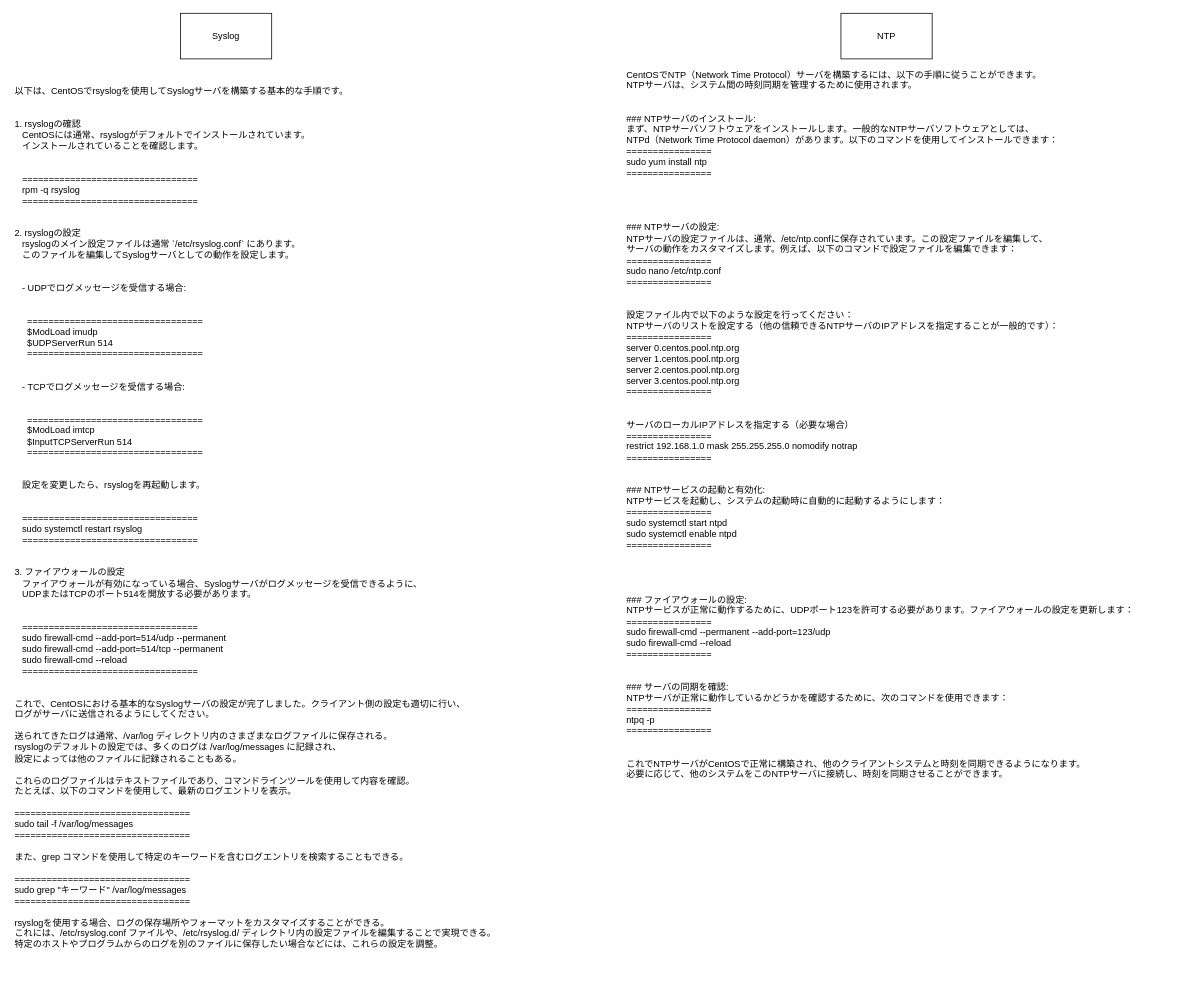
Before: page "CentoOS" (1 of 3) of memo.drawio in kyforprogram/ccna, a draw.io diagram. Source tidied: cells renumbered, new cells numbered last; positions are measured from the earlier drawing's top-left corner, leaving out a move shared by most shapes. Both pictures are drawn from the tidied source at 76%, with x=0, y=0 at pixel (13, 13).
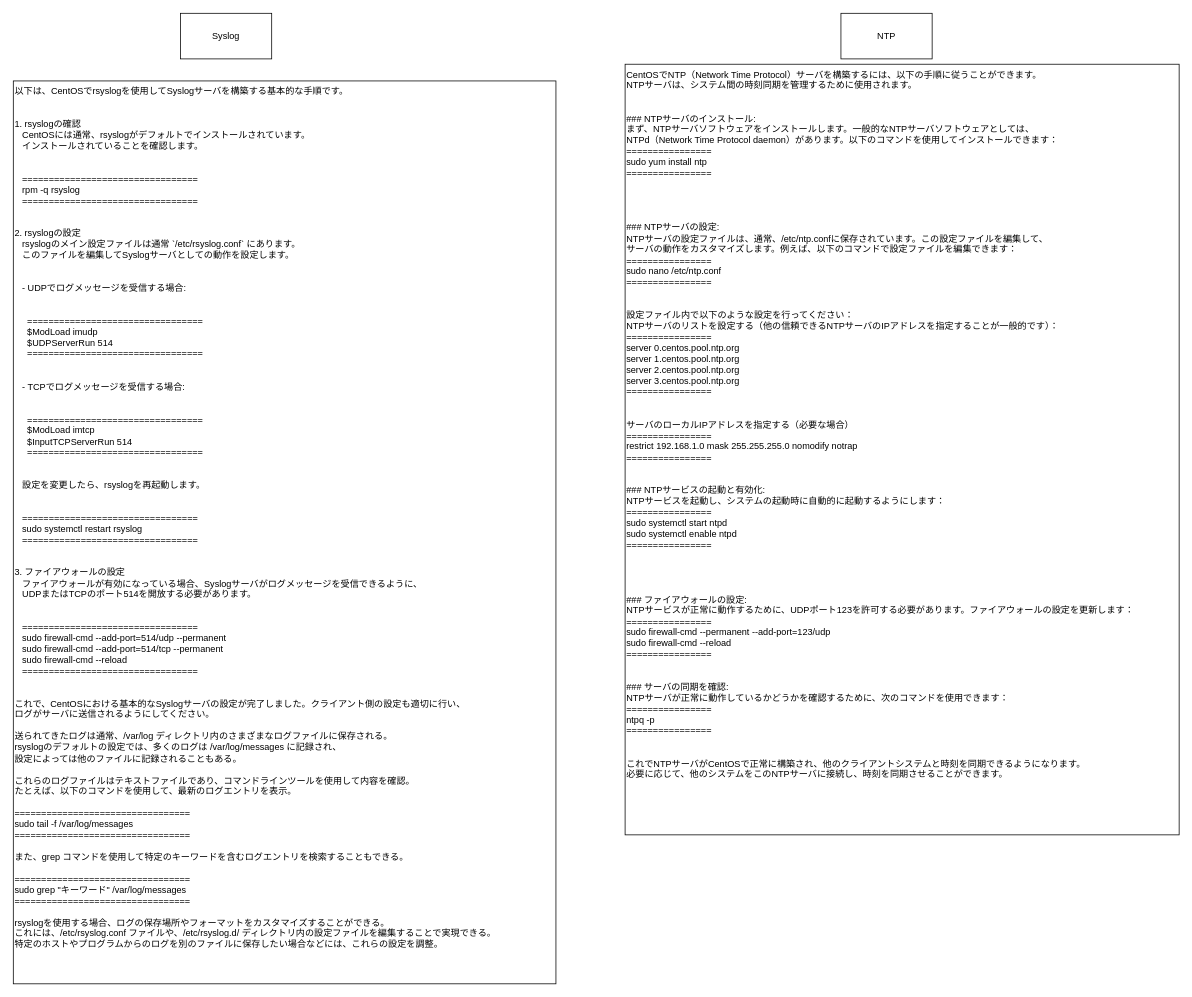
The same page after the edit.

Change to the diagram source:
```diff
@@
 <mxGraphModel>
   <root>
     <mxCell id="0" />
     <mxCell id="1" parent="0" />
-    <mxCell id="2" value="CentOSでNTP（Network Time Protocol）サーバを構築するには、以下の手順に従うことができます。&#10;NTPサーバは、システム間の時刻同期を管理するために使用されます。&#10;&#10;&#10;### NTPサーバのインストール:&#10;まず、NTPサーバソフトウェアをインストールします。一般的なNTPサーバソフトウェアとしては、&#10;NTPd（Network Time Protocol daemon）があります。以下のコマンドを使用してインストールできます：&#10;================&#10;sudo yum install ntp&#10;================&#10;&#10;&#10;&#10;&#10;### NTPサーバの設定:&#10;NTPサーバの設定ファイルは、通常、/etc/ntp.confに保存されています。この設定ファイルを編集して、&#10;サーバの動作をカスタマイズします。例えば、以下のコマンドで設定ファイルを編集できます：&#10;================&#10;sudo nano /etc/ntp.conf&#10;================&#10;&#10;&#10;設定ファイル内で以下のような設定を行ってください：&#10;NTPサーバのリストを設定する（他の信頼できるNTPサーバのIPアドレスを指定することが一般的です）：&#10;================&#10;server 0.centos.pool.ntp.org&#10;server 1.centos.pool.ntp.org&#10;server 2.centos.pool.ntp.org&#10;server 3.centos.pool.ntp.org&#10;================&#10;&#10;&#10;サーバのローカルIPアドレスを指定する（必要な場合）&#10;================&#10;restrict 192.168.1.0 mask 255.255.255.0 nomodify notrap&#10;================&#10;&#10;&#10;### NTPサービスの起動と有効化:&#10;NTPサービスを起動し、システムの起動時に自動的に起動するようにします：&#10;================&#10;sudo systemctl start ntpd&#10;sudo systemctl enable ntpd&#10;================&#10;&#10;&#10;&#10;&#10;### ファイアウォールの設定:&#10;NTPサービスが正常に動作するために、UDPポート123を許可する必要があります。ファイアウォールの設定を更新します：&#10;================&#10;sudo firewall-cmd --permanent --add-port=123/udp&#10;sudo firewall-cmd --reload&#10;================&#10;&#10;&#10;### サーバの同期を確認:&#10;NTPサーバが正常に動作しているかどうかを確認するために、次のコマンドを使用できます：&#10;================&#10;ntpq -p&#10;================&#10;&#10;&#10;これでNTPサーバがCentOSで正常に構築され、他のクライアントシステムと時刻を同期できるようになります。&#10;必要に応じて、他のシステムをこのNTPサーバに接続し、時刻を同期させることができます。" style="text;whiteSpace=wrap;" parent="1" vertex="1">
+    <mxCell id="2" value="CentOSでNTP（Network Time Protocol）サーバを構築するには、以下の手順に従うことができます。&#10;NTPサーバは、システム間の時刻同期を管理するために使用されます。&#10;&#10;&#10;### NTPサーバのインストール:&#10;まず、NTPサーバソフトウェアをインストールします。一般的なNTPサーバソフトウェアとしては、&#10;NTPd（Network Time Protocol daemon）があります。以下のコマンドを使用してインストールできます：&#10;================&#10;sudo yum install ntp&#10;================&#10;&#10;&#10;&#10;&#10;### NTPサーバの設定:&#10;NTPサーバの設定ファイルは、通常、/etc/ntp.confに保存されています。この設定ファイルを編集して、&#10;サーバの動作をカスタマイズします。例えば、以下のコマンドで設定ファイルを編集できます：&#10;================&#10;sudo nano /etc/ntp.conf&#10;================&#10;&#10;&#10;設定ファイル内で以下のような設定を行ってください：&#10;NTPサーバのリストを設定する（他の信頼できるNTPサーバのIPアドレスを指定することが一般的です）：&#10;================&#10;server 0.centos.pool.ntp.org&#10;server 1.centos.pool.ntp.org&#10;server 2.centos.pool.ntp.org&#10;server 3.centos.pool.ntp.org&#10;================&#10;&#10;&#10;サーバのローカルIPアドレスを指定する（必要な場合）&#10;================&#10;restrict 192.168.1.0 mask 255.255.255.0 nomodify notrap&#10;================&#10;&#10;&#10;### NTPサービスの起動と有効化:&#10;NTPサービスを起動し、システムの起動時に自動的に起動するようにします：&#10;================&#10;sudo systemctl start ntpd&#10;sudo systemctl enable ntpd&#10;================&#10;&#10;&#10;&#10;&#10;### ファイアウォールの設定:&#10;NTPサービスが正常に動作するために、UDPポート123を許可する必要があります。ファイアウォールの設定を更新します：&#10;================&#10;sudo firewall-cmd --permanent --add-port=123/udp&#10;sudo firewall-cmd --reload&#10;================&#10;&#10;&#10;### サーバの同期を確認:&#10;NTPサーバが正常に動作しているかどうかを確認するために、次のコマンドを使用できます：&#10;================&#10;ntpq -p&#10;================&#10;&#10;&#10;これでNTPサーバがCentOSで正常に構築され、他のクライアントシステムと時刻を同期できるようになります。&#10;必要に応じて、他のシステムをこのNTPサーバに接続し、時刻を同期させることができます。" style="text;whiteSpace=wrap;strokeColor=default;" parent="1" vertex="1">
       <mxGeometry x="805" y="67" width="729" height="1014" as="geometry" />
     </mxCell>
     <mxCell id="3" value="NTP" style="whiteSpace=wrap;html=1;" parent="1" vertex="1">
       <mxGeometry x="1089" width="120" height="60" as="geometry" />
     </mxCell>
     <mxCell id="4" value="Syslog" style="whiteSpace=wrap;html=1;" parent="1" vertex="1">
       <mxGeometry x="220" width="120" height="60" as="geometry" />
     </mxCell>
-    <mxCell id="5" value="以下は、CentOSでrsyslogを使用してSyslogサーバを構築する基本的な手順です。&#10;&#10;&#10;1. rsyslogの確認&#10;   CentOSには通常、rsyslogがデフォルトでインストールされています。&#10;   インストールされていることを確認します。&#10;&#10;&#10;   =================================&#10;   rpm -q rsyslog&#10;   =================================&#10;&#10;&#10;2. rsyslogの設定&#10;   rsyslogのメイン設定ファイルは通常 `/etc/rsyslog.conf` にあります。&#10;   このファイルを編集してSyslogサーバとしての動作を設定します。&#10;&#10;&#10;   - UDPでログメッセージを受信する場合:&#10;&#10;&#10;     =================================&#10;     $ModLoad imudp&#10;     $UDPServerRun 514&#10;     =================================&#10;&#10;&#10;   - TCPでログメッセージを受信する場合:&#10;&#10;&#10;     =================================&#10;     $ModLoad imtcp&#10;     $InputTCPServerRun 514&#10;     =================================&#10;&#10;&#10;   設定を変更したら、rsyslogを再起動します。&#10;&#10;&#10;   =================================&#10;   sudo systemctl restart rsyslog&#10;   =================================&#10;&#10;&#10;3. ファイアウォールの設定&#10;   ファイアウォールが有効になっている場合、Syslogサーバがログメッセージを受信できるように、&#10;   UDPまたはTCPのポート514を開放する必要があります。&#10;&#10;&#10;   =================================&#10;   sudo firewall-cmd --add-port=514/udp --permanent&#10;   sudo firewall-cmd --add-port=514/tcp --permanent&#10;   sudo firewall-cmd --reload&#10;   =================================&#10;&#10;&#10;これで、CentOSにおける基本的なSyslogサーバの設定が完了しました。クライアント側の設定も適切に行い、&#10;ログがサーバに送信されるようにしてください。&#10;&#10;送られてきたログは通常、/var/log ディレクトリ内のさまざまなログファイルに保存される。&#10;rsyslogのデフォルトの設定では、多くのログは /var/log/messages に記録され、&#10;設定によっては他のファイルに記録されることもある。&#10;&#10;これらのログファイルはテキストファイルであり、コマンドラインツールを使用して内容を確認。&#10;たとえば、以下のコマンドを使用して、最新のログエントリを表示。&#10;&#10;=================================&#10;sudo tail -f /var/log/messages&#10;=================================&#10;&#10;また、grep コマンドを使用して特定のキーワードを含むログエントリを検索することもできる。&#10;&#10;=================================&#10;sudo grep &quot;キーワード&quot; /var/log/messages&#10;=================================&#10;&#10;rsyslogを使用する場合、ログの保存場所やフォーマットをカスタマイズすることができる。&#10;これには、/etc/rsyslog.conf ファイルや、/etc/rsyslog.d/ ディレクトリ内の設定ファイルを編集することで実現できる。&#10;特定のホストやプログラムからのログを別のファイルに保存したい場合などには、これらの設定を調整。&#10;" style="text;whiteSpace=wrap;" parent="1" vertex="1">
+    <mxCell id="5" value="以下は、CentOSでrsyslogを使用してSyslogサーバを構築する基本的な手順です。&#10;&#10;&#10;1. rsyslogの確認&#10;   CentOSには通常、rsyslogがデフォルトでインストールされています。&#10;   インストールされていることを確認します。&#10;&#10;&#10;   =================================&#10;   rpm -q rsyslog&#10;   =================================&#10;&#10;&#10;2. rsyslogの設定&#10;   rsyslogのメイン設定ファイルは通常 `/etc/rsyslog.conf` にあります。&#10;   このファイルを編集してSyslogサーバとしての動作を設定します。&#10;&#10;&#10;   - UDPでログメッセージを受信する場合:&#10;&#10;&#10;     =================================&#10;     $ModLoad imudp&#10;     $UDPServerRun 514&#10;     =================================&#10;&#10;&#10;   - TCPでログメッセージを受信する場合:&#10;&#10;&#10;     =================================&#10;     $ModLoad imtcp&#10;     $InputTCPServerRun 514&#10;     =================================&#10;&#10;&#10;   設定を変更したら、rsyslogを再起動します。&#10;&#10;&#10;   =================================&#10;   sudo systemctl restart rsyslog&#10;   =================================&#10;&#10;&#10;3. ファイアウォールの設定&#10;   ファイアウォールが有効になっている場合、Syslogサーバがログメッセージを受信できるように、&#10;   UDPまたはTCPのポート514を開放する必要があります。&#10;&#10;&#10;   =================================&#10;   sudo firewall-cmd --add-port=514/udp --permanent&#10;   sudo firewall-cmd --add-port=514/tcp --permanent&#10;   sudo firewall-cmd --reload&#10;   =================================&#10;&#10;&#10;これで、CentOSにおける基本的なSyslogサーバの設定が完了しました。クライアント側の設定も適切に行い、&#10;ログがサーバに送信されるようにしてください。&#10;&#10;送られてきたログは通常、/var/log ディレクトリ内のさまざまなログファイルに保存される。&#10;rsyslogのデフォルトの設定では、多くのログは /var/log/messages に記録され、&#10;設定によっては他のファイルに記録されることもある。&#10;&#10;これらのログファイルはテキストファイルであり、コマンドラインツールを使用して内容を確認。&#10;たとえば、以下のコマンドを使用して、最新のログエントリを表示。&#10;&#10;=================================&#10;sudo tail -f /var/log/messages&#10;=================================&#10;&#10;また、grep コマンドを使用して特定のキーワードを含むログエントリを検索することもできる。&#10;&#10;=================================&#10;sudo grep &quot;キーワード&quot; /var/log/messages&#10;=================================&#10;&#10;rsyslogを使用する場合、ログの保存場所やフォーマットをカスタマイズすることができる。&#10;これには、/etc/rsyslog.conf ファイルや、/etc/rsyslog.d/ ディレクトリ内の設定ファイルを編集することで実現できる。&#10;特定のホストやプログラムからのログを別のファイルに保存したい場合などには、これらの設定を調整。&#10;" style="text;whiteSpace=wrap;strokeColor=default;" parent="1" vertex="1">
       <mxGeometry y="89" width="714" height="1188" as="geometry" />
     </mxCell>
   </root>
 </mxGraphModel>
```
